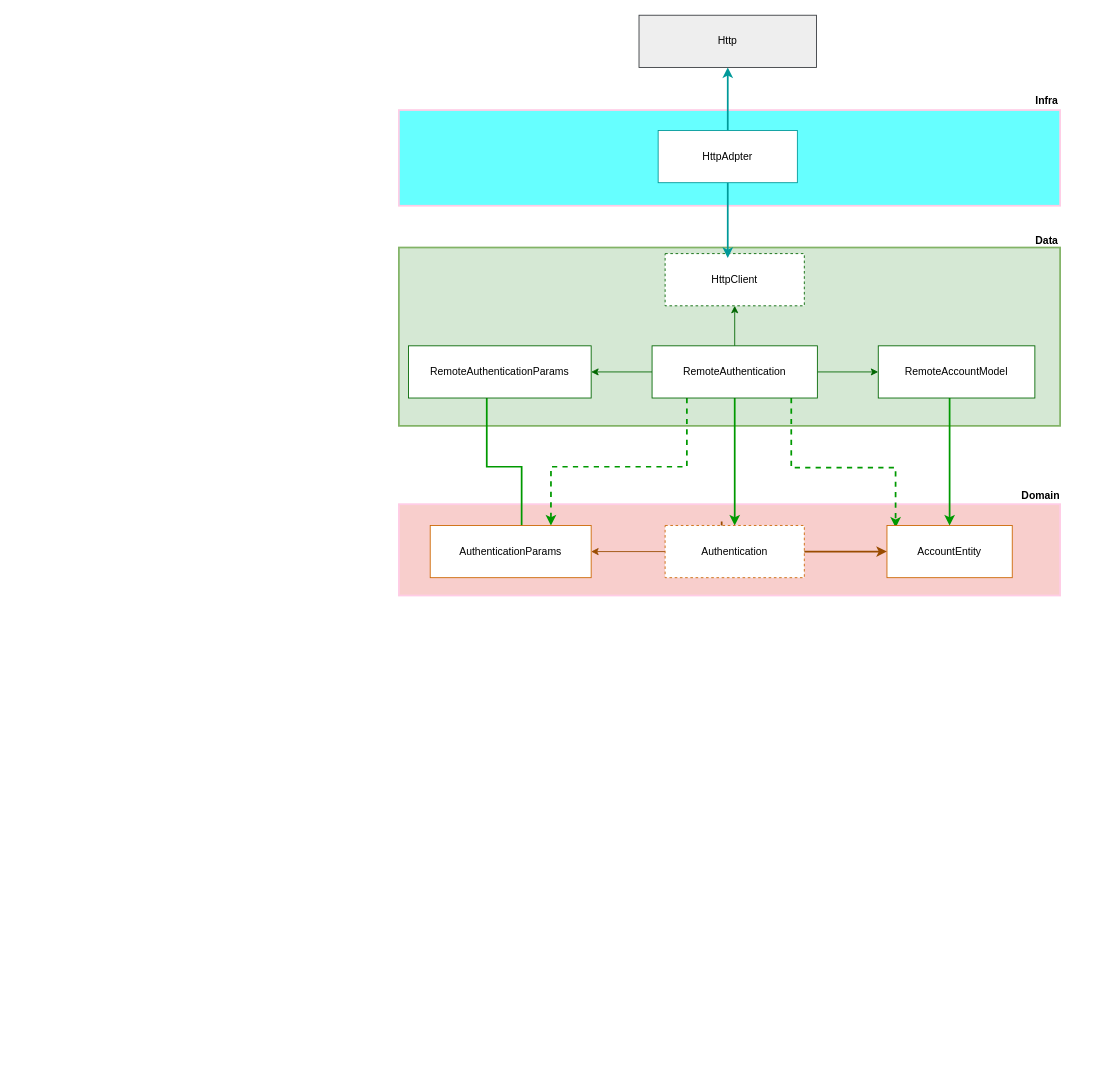
Before: diagrams/authentication_use_case.drawio in rrs-sistema/mobile-sales-micros-services, a draw.io diagram. Source tidied: cells renumbered, new cells numbered last; positions are measured from the earlier drawing's top-left corner, leaving out a move shared by most shapes. Both pictures are drawn from the tidied source at 87%, with x=0, y=0 at pixel (398, 15).
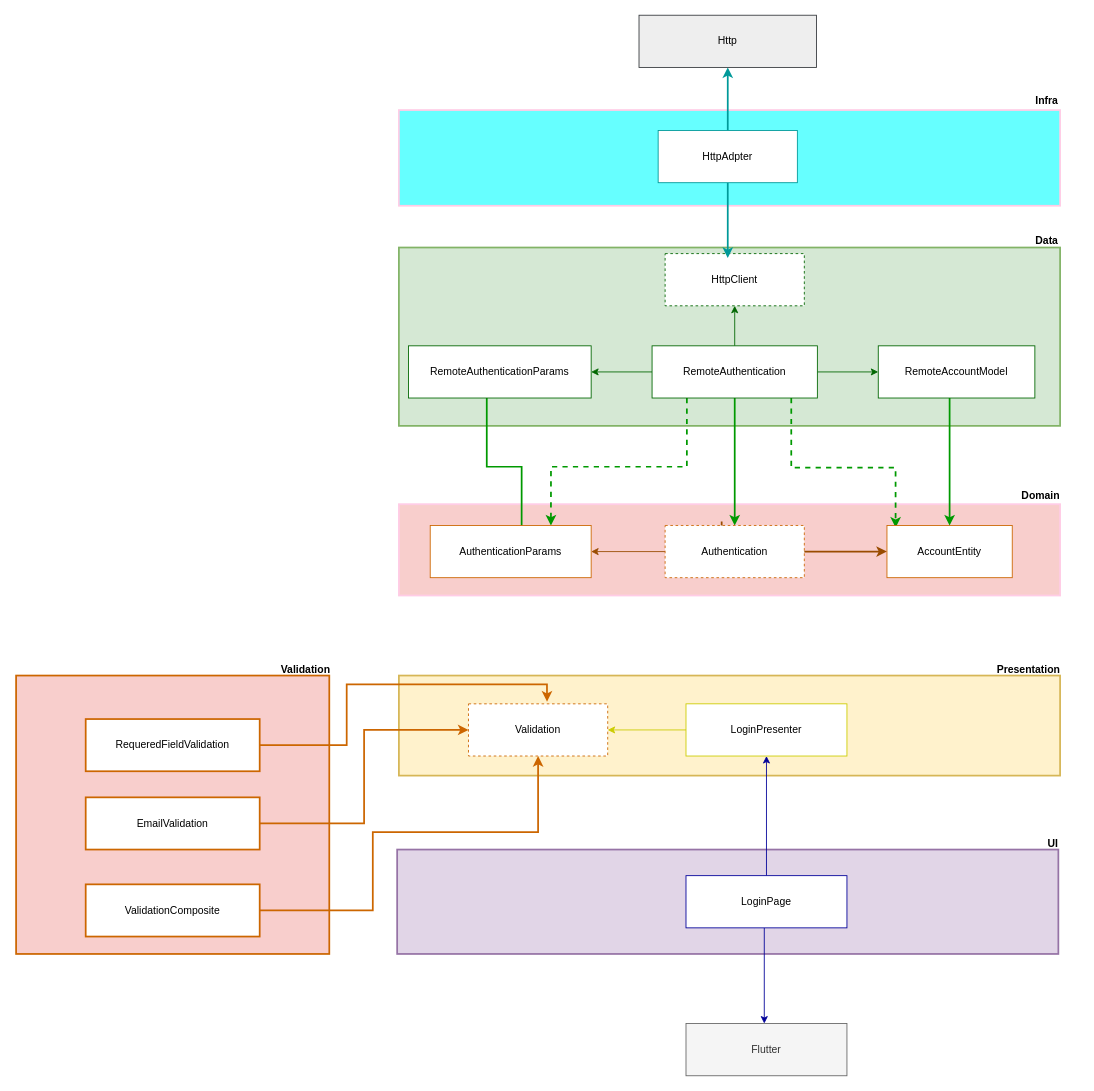
Above is the later version.

What changed in the source:
```diff
@@
+    <mxCell id="29" style="rounded=0;whiteSpace=wrap;html=1;fillColor=#fff2cc;strokeColor=#d6b656;strokeWidth=2;" parent="1" vertex="1">
+      <mxGeometry y="759" width="760" height="115" as="geometry" />
+    </mxCell>
+    <mxCell id="30" value="&lt;b&gt;Presentation&lt;/b&gt;" style="text;html=1;strokeColor=none;fillColor=none;align=center;verticalAlign=middle;whiteSpace=wrap;rounded=0;dashed=1;" parent="1" vertex="1">
+      <mxGeometry x="694" y="737" width="60" height="30" as="geometry" />
+    </mxCell>
+    <mxCell id="31" style="edgeStyle=orthogonalEdgeStyle;rounded=0;jettySize=auto;html=1;strokeColor=#CCCC00;" parent="1" edge="1" source="32" target="33">
+      <mxGeometry relative="1" as="geometry" />
+    </mxCell>
+    <mxCell id="32" value="LoginPresenter" style="rounded=0;whiteSpace=wrap;html=1;strokeColor=#CCCC00;strokeWidth=1;fillColor=default;" parent="1" vertex="1">
+      <mxGeometry x="330" y="791.5" width="185" height="60" as="geometry" />
+    </mxCell>
+    <mxCell id="33" value="Validation" style="rounded=0;whiteSpace=wrap;html=1;strokeColor=#CC6600;strokeWidth=1;fillColor=default;dashed=1;" parent="1" vertex="1">
+      <mxGeometry x="80" y="791.5" width="160" height="60" as="geometry" />
+    </mxCell>
+    <mxCell id="34" style="rounded=0;whiteSpace=wrap;html=1;fillColor=#e1d5e7;strokeColor=#9673a6;strokeWidth=2;" parent="1" vertex="1">
+      <mxGeometry x="-2" y="959" width="760" height="120" as="geometry" />
+    </mxCell>
+    <mxCell id="35" style="edgeStyle=orthogonalEdgeStyle;rounded=0;orthogonalLoop=1;jettySize=auto;html=1;strokeColor=#000099;" parent="1" edge="1">
+      <mxGeometry relative="1" as="geometry">
+        <mxPoint x="420" y="1049" as="sourcePoint" />
+        <mxPoint x="420" y="1159" as="targetPoint" />
+        <Array as="points">
+          <mxPoint x="420" y="1079" />
+          <mxPoint x="420" y="1079" />
+        </Array>
+      </mxGeometry>
+    </mxCell>
+    <mxCell id="36" style="edgeStyle=orthogonalEdgeStyle;rounded=0;jettySize=auto;html=1;entryX=0.5;entryY=1;entryDx=0;entryDy=0;strokeColor=#000099;" parent="1" edge="1" source="37" target="32">
+      <mxGeometry relative="1" as="geometry" />
+    </mxCell>
+    <mxCell id="37" value="LoginPage" style="rounded=0;whiteSpace=wrap;html=1;strokeColor=#000099;strokeWidth=1;fillColor=default;" parent="1" vertex="1">
+      <mxGeometry x="330" y="989" width="185" height="60" as="geometry" />
+    </mxCell>
+    <mxCell id="38" value="Flutter" style="rounded=0;whiteSpace=wrap;html=1;strokeColor=#666666;strokeWidth=1;fillColor=#f5f5f5;fontColor=#333333;" parent="1" vertex="1">
+      <mxGeometry x="330" y="1159" width="185" height="60" as="geometry" />
+    </mxCell>
+    <mxCell id="39" style="rounded=0;whiteSpace=wrap;html=1;fillColor=#f8cecc;strokeColor=#CC6600;strokeWidth=2;gradientColor=none;" parent="1" vertex="1">
+      <mxGeometry x="-440" y="759" width="360" height="320" as="geometry" />
+    </mxCell>
+    <mxCell id="40" value="&lt;b&gt;Validation&lt;/b&gt;" style="text;html=1;strokeColor=none;fillColor=none;align=center;verticalAlign=middle;whiteSpace=wrap;rounded=0;dashed=1;" parent="1" vertex="1">
+      <mxGeometry x="-137" y="737" width="60" height="30" as="geometry" />
+    </mxCell>
+    <mxCell id="41" style="edgeStyle=orthogonalEdgeStyle;rounded=0;jettySize=auto;html=1;entryX=0.224;entryY=0.261;entryDx=0;entryDy=0;entryPerimeter=0;strokeColor=#CC6600;strokeWidth=2;" parent="1" edge="1" source="42" target="29">
+      <mxGeometry relative="1" as="geometry">
+        <Array as="points">
+          <mxPoint x="-60" y="839" />
+          <mxPoint x="-60" y="769" />
+          <mxPoint x="170" y="769" />
+        </Array>
+      </mxGeometry>
+    </mxCell>
+    <mxCell id="42" value="RequeredFieldValidation" style="rounded=0;whiteSpace=wrap;html=1;strokeColor=#CC6600;strokeWidth=2;fillColor=default;" parent="1" vertex="1">
+      <mxGeometry x="-360" y="809" width="200" height="60" as="geometry" />
+    </mxCell>
+    <mxCell id="43" style="edgeStyle=orthogonalEdgeStyle;rounded=0;jettySize=auto;html=1;entryX=0;entryY=0.5;entryDx=0;entryDy=0;strokeColor=#CC6600;strokeWidth=2;" parent="1" edge="1" source="44" target="33">
+      <mxGeometry relative="1" as="geometry">
+        <Array as="points">
+          <mxPoint x="-40" y="929" />
+          <mxPoint x="-40" y="822" />
+        </Array>
+      </mxGeometry>
+    </mxCell>
+    <mxCell id="44" value="EmailValidation" style="rounded=0;whiteSpace=wrap;html=1;strokeColor=#CC6600;strokeWidth=2;fillColor=default;" parent="1" vertex="1">
+      <mxGeometry x="-360" y="899" width="200" height="60" as="geometry" />
+    </mxCell>
+    <mxCell id="45" style="edgeStyle=orthogonalEdgeStyle;rounded=0;jettySize=auto;html=1;strokeColor=#CC6600;strokeWidth=2;" parent="1" edge="1" source="46" target="33">
+      <mxGeometry relative="1" as="geometry">
+        <Array as="points">
+          <mxPoint x="-30" y="1029" />
+          <mxPoint x="-30" y="939" />
+          <mxPoint x="160" y="939" />
+        </Array>
+      </mxGeometry>
+    </mxCell>
+    <mxCell id="46" value="ValidationComposite" style="rounded=0;whiteSpace=wrap;html=1;strokeColor=#CC6600;strokeWidth=2;fillColor=default;" parent="1" vertex="1">
+      <mxGeometry x="-360" y="999" width="200" height="60" as="geometry" />
+    </mxCell>
+    <mxCell id="47" value="&lt;b&gt;UI&lt;/b&gt;" style="text;html=1;strokeColor=none;fillColor=none;align=center;verticalAlign=middle;whiteSpace=wrap;rounded=0;dashed=1;" parent="1" vertex="1">
+      <mxGeometry x="722" y="938" width="60" height="30" as="geometry" />
+    </mxCell>
```
